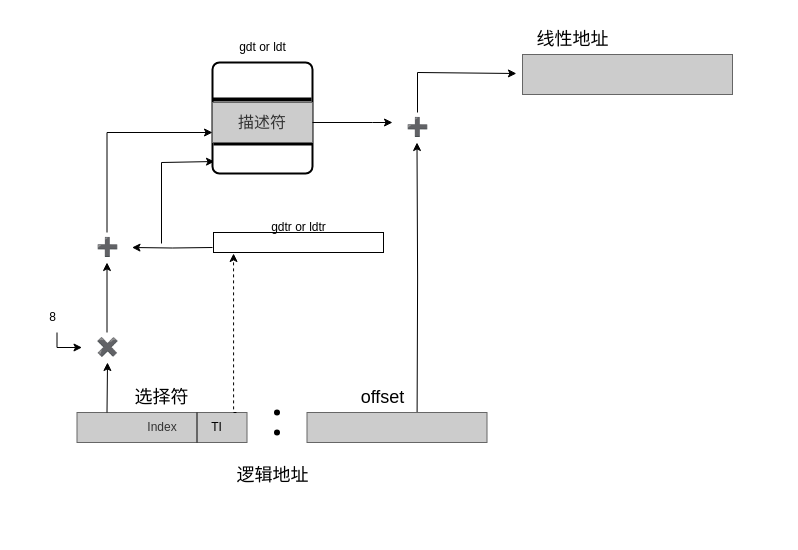
This is 逻辑地址的转换.drawio from kiko2022-cmd/MarkdownPhotos, a draw.io file, before an edit. Source tidied: cells renumbered, new cells numbered last; positions are measured from the earlier drawing's top-left corner, leaving out a move shared by most shapes. Both pictures are drawn from the tidied source at 100%, with x=0, y=0 at pixel (36, 24).
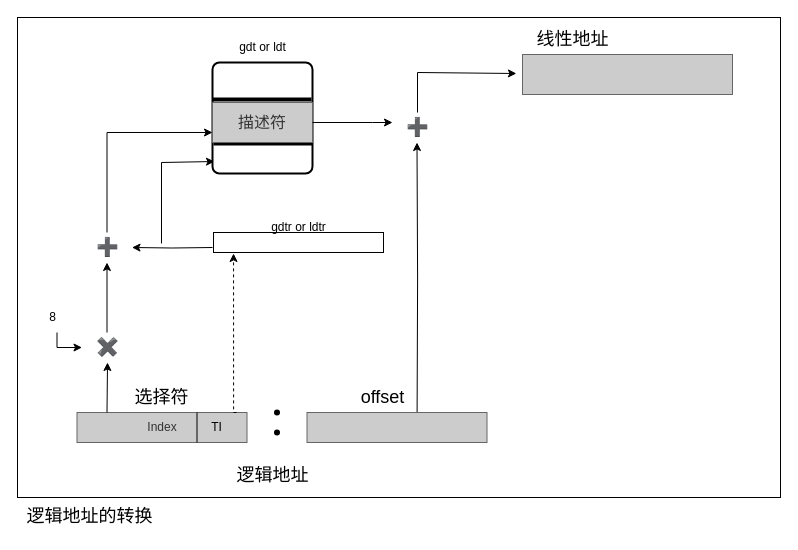
The same diagram, later.

Commit message (it also covers changes not shown here):
更新逻辑地址的转换.drawio

Change to the diagram source:
```diff
@@
+    <mxCell id="35" style="whiteSpace=wrap;html=1;" parent="1" vertex="1">
+      <mxGeometry x="-19" y="-7" width="763" height="480" as="geometry" />
+    </mxCell>
@@
+    <mxCell id="36" value="&lt;font size=&quot;4&quot;&gt;逻辑地址的转换&lt;/font&gt;" style="text;html=1;align=center;verticalAlign=middle;strokeColor=none;fillColor=none;" parent="1" vertex="1">
+      <mxGeometry x="-19" y="475" width="144" height="33" as="geometry" />
+    </mxCell>
```
